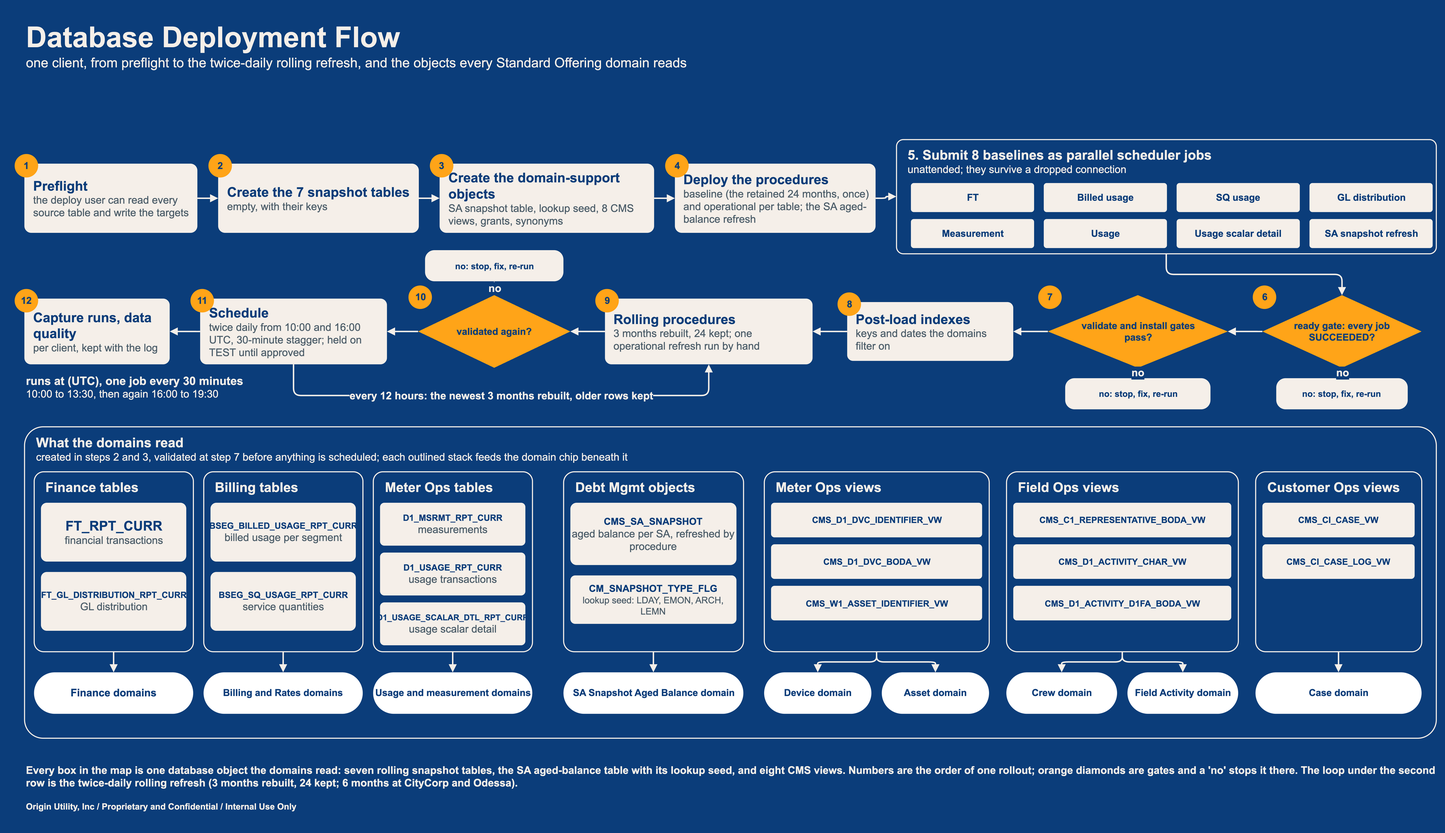
This is jaspersoft/docs/deployment_deck/visuals/database_deployment_flow.drawio.png from chasepowers59/OriginBA, a draw.io export, as it was before one commit. Source tidied: cells renumbered, new cells last; positions are measured from the earlier drawing's top-left corner, leaving out a move shared by most shapes.
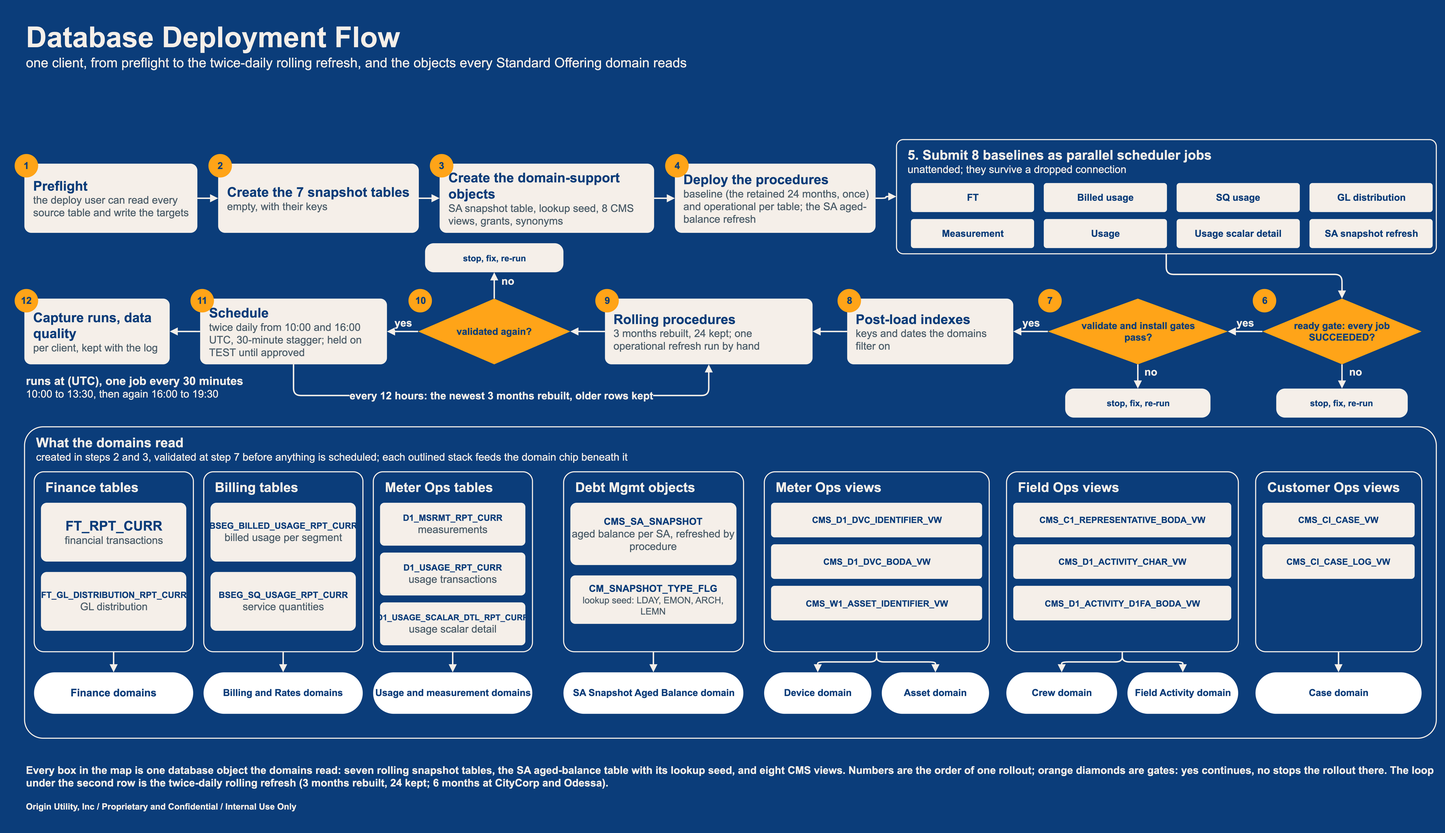
The same diagram one commit later.

What changed in the source:
```diff
@@ -78,28 +78,28 @@
       <mxGeometry x="573.1" y="110.4" width="170.9" height="40.3" as="geometry" />
     </mxCell>
     <mxCell id="27" value="ready gate: every job SUCCEEDED?" style="html=1;whiteSpace=wrap;fontFamily=Arial;rhombus;fillColor=#FFA418;strokeColor=none;fontColor=#0B3D7A;fontStyle=1;fontSize=13.3;spacingLeft=35;spacingRight=35;" parent="1" vertex="1">
-      <mxGeometry x="1731.2" y="388.4" width="220.8" height="100.8" as="geometry" />
+      <mxGeometry x="1731.2" y="393.2" width="220.8" height="91.2" as="geometry" />
     </mxCell>
     <mxCell id="28" value="6" style="html=1;whiteSpace=wrap;fontFamily=Arial;ellipse;fillColor=#FFA418;strokeColor=none;fontColor=#0B3D7A;fontStyle=1;fontSize=13.3;spacing=0;" parent="1" vertex="1">
-      <mxGeometry x="1717.8" y="375" width="32.6" height="32.6" as="geometry" />
+      <mxGeometry x="1717.8" y="379.8" width="32.6" height="32.6" as="geometry" />
     </mxCell>
-    <mxCell id="29" value="no: stop, fix, re-run" style="html=1;whiteSpace=wrap;fontFamily=Arial;rounded=1;arcSize=30;fillColor=#F5EFE9;strokeColor=none;fontColor=#0B3D7A;fontStyle=1;fontSize=12;" parent="1" vertex="1">
-      <mxGeometry x="1750.4" y="503.6" width="182.4" height="43.2" as="geometry" />
+    <mxCell id="29" value="stop, fix, re-run" style="html=1;whiteSpace=wrap;fontFamily=Arial;rounded=1;arcSize=30;fillColor=#F5EFE9;strokeColor=none;fontColor=#0B3D7A;fontStyle=1;fontSize=12;" parent="1" vertex="1">
+      <mxGeometry x="1750.4" y="518" width="182.4" height="40.3" as="geometry" />
     </mxCell>
     <mxCell id="30" value="validate and install gates pass?" style="html=1;whiteSpace=wrap;fontFamily=Arial;rhombus;fillColor=#FFA418;strokeColor=none;fontColor=#0B3D7A;fontStyle=1;fontSize=13.3;spacingLeft=39;spacingRight=39;" parent="1" vertex="1">
-      <mxGeometry x="1433.6" y="388.4" width="249.6" height="100.8" as="geometry" />
+      <mxGeometry x="1433.6" y="393.2" width="249.6" height="91.2" as="geometry" />
     </mxCell>
     <mxCell id="31" value="7" style="html=1;whiteSpace=wrap;fontFamily=Arial;ellipse;fillColor=#FFA418;strokeColor=none;fontColor=#0B3D7A;fontStyle=1;fontSize=13.3;spacing=0;" parent="1" vertex="1">
-      <mxGeometry x="1420.2" y="375" width="32.6" height="32.6" as="geometry" />
+      <mxGeometry x="1420.2" y="379.8" width="32.6" height="32.6" as="geometry" />
     </mxCell>
-    <mxCell id="32" value="no: stop, fix, re-run" style="html=1;whiteSpace=wrap;fontFamily=Arial;rounded=1;arcSize=30;fillColor=#F5EFE9;strokeColor=none;fontColor=#0B3D7A;fontStyle=1;fontSize=12;" parent="1" vertex="1">
-      <mxGeometry x="1457.6" y="503.6" width="201.6" height="43.2" as="geometry" />
+    <mxCell id="32" value="stop, fix, re-run" style="html=1;whiteSpace=wrap;fontFamily=Arial;rounded=1;arcSize=30;fillColor=#F5EFE9;strokeColor=none;fontColor=#0B3D7A;fontStyle=1;fontSize=12;" parent="1" vertex="1">
+      <mxGeometry x="1457.6" y="518" width="201.6" height="40.3" as="geometry" />
     </mxCell>
     <mxCell id="33" value="&lt;b&gt;&lt;font style=&quot;font-size:18.6px&quot; color=&quot;#0B3D7A&quot;&gt;Post-load indexes&lt;/font&gt;&lt;/b&gt;&lt;br&gt;&lt;font style=&quot;font-size:14.6px&quot; color=&quot;#4C5D69&quot;&gt;keys and dates the domains filter on&lt;/font&gt;" style="html=1;whiteSpace=wrap;fontFamily=Arial;rounded=1;arcSize=10;fillColor=#F5EFE9;strokeColor=none;align=left;verticalAlign=middle;spacingLeft=10;spacingRight=8;" parent="1" vertex="1">
-      <mxGeometry x="1155.2" y="398" width="230.4" height="81.6" as="geometry" />
+      <mxGeometry x="1155.2" y="393.2" width="230.4" height="91.2" as="geometry" />
     </mxCell>
     <mxCell id="34" value="8" style="html=1;whiteSpace=wrap;fontFamily=Arial;ellipse;fillColor=#FFA418;strokeColor=none;fontColor=#0B3D7A;fontStyle=1;fontSize=13.3;spacing=0;" parent="1" vertex="1">
-      <mxGeometry x="1141.8" y="384.6" width="32.6" height="32.6" as="geometry" />
+      <mxGeometry x="1141.8" y="379.8" width="32.6" height="32.6" as="geometry" />
     </mxCell>
     <mxCell id="35" value="&lt;b&gt;&lt;font style=&quot;font-size:18.6px&quot; color=&quot;#0B3D7A&quot;&gt;Rolling procedures&lt;/font&gt;&lt;/b&gt;&lt;br&gt;&lt;font style=&quot;font-size:14.6px&quot; color=&quot;#4C5D69&quot;&gt;3 months rebuilt, 24 kept; one operational refresh run by hand&lt;/font&gt;" style="html=1;whiteSpace=wrap;fontFamily=Arial;rounded=1;arcSize=10;fillColor=#F5EFE9;strokeColor=none;align=left;verticalAlign=middle;spacingLeft=10;spacingRight=8;" parent="1" vertex="1">
       <mxGeometry x="819.2" y="393.2" width="288" height="91.2" as="geometry" />
@@ -108,13 +108,13 @@
       <mxGeometry x="805.8" y="379.8" width="32.6" height="32.6" as="geometry" />
     </mxCell>
     <mxCell id="37" value="validated again?" style="html=1;whiteSpace=wrap;fontFamily=Arial;rhombus;fillColor=#FFA418;strokeColor=none;fontColor=#0B3D7A;fontStyle=1;fontSize=13.3;spacingLeft=33;spacingRight=33;" parent="1" vertex="1">
-      <mxGeometry x="560" y="388.4" width="211.2" height="100.8" as="geometry" />
+      <mxGeometry x="560" y="393.2" width="211.2" height="91.2" as="geometry" />
     </mxCell>
     <mxCell id="38" value="10" style="html=1;whiteSpace=wrap;fontFamily=Arial;ellipse;fillColor=#FFA418;strokeColor=none;fontColor=#0B3D7A;fontStyle=1;fontSize=13.3;spacing=0;" parent="1" vertex="1">
-      <mxGeometry x="546.6" y="375" width="32.6" height="32.6" as="geometry" />
+      <mxGeometry x="546.6" y="379.8" width="32.6" height="32.6" as="geometry" />
     </mxCell>
-    <mxCell id="39" value="no: stop, fix, re-run" style="html=1;whiteSpace=wrap;fontFamily=Arial;rounded=1;arcSize=30;fillColor=#F5EFE9;strokeColor=none;fontColor=#0B3D7A;fontStyle=1;fontSize=12;" parent="1" vertex="1">
-      <mxGeometry x="569.6" y="326" width="192" height="43.2" as="geometry" />
+    <mxCell id="39" value="stop, fix, re-run" style="html=1;whiteSpace=wrap;fontFamily=Arial;rounded=1;arcSize=30;fillColor=#F5EFE9;strokeColor=none;fontColor=#0B3D7A;fontStyle=1;fontSize=12;" parent="1" vertex="1">
+      <mxGeometry x="569.6" y="316.4" width="192" height="40.3" as="geometry" />
     </mxCell>
     <mxCell id="40" value="&lt;b&gt;&lt;font style=&quot;font-size:18.6px&quot; color=&quot;#0B3D7A&quot;&gt;Schedule&lt;/font&gt;&lt;/b&gt;&lt;br&gt;&lt;font style=&quot;font-size:14.6px&quot; color=&quot;#4C5D69&quot;&gt;twice daily from 10:00 and 16:00 UTC, 30-minute stagger; held on TEST until approved&lt;/font&gt;" style="html=1;whiteSpace=wrap;fontFamily=Arial;rounded=1;arcSize=10;fillColor=#F5EFE9;strokeColor=none;align=left;verticalAlign=middle;spacingLeft=10;spacingRight=8;" parent="1" vertex="1">
       <mxGeometry x="257.6" y="393.2" width="259.2" height="91.2" as="geometry" />
@@ -230,16 +230,24 @@
       </mxGeometry>
     </mxCell>
     <mxCell id="76" value="no" style="html=1;whiteSpace=nowrap;fontFamily=Arial;edgeStyle=orthogonalEdgeStyle;rounded=1;strokeColor=#F5EFE9;strokeWidth=2;endArrow=block;endFill=1;fontColor=#F5EFE9;fontSize=14.6;fontStyle=1;labelBackgroundColor=#0B3D7A;" parent="1" edge="1" source="27" target="29">
-      <mxGeometry relative="1" as="geometry" />
+      <mxGeometry relative="1" as="geometry">
+        <mxPoint x="18" y="-6" as="offset" />
+      </mxGeometry>
     </mxCell>
-    <mxCell id="77" style="html=1;whiteSpace=nowrap;fontFamily=Arial;edgeStyle=orthogonalEdgeStyle;rounded=1;strokeColor=#F5EFE9;strokeWidth=2;endArrow=block;endFill=1;fontColor=#F5EFE9;fontSize=14.6;fontStyle=1;labelBackgroundColor=#0B3D7A;" parent="1" edge="1" source="27" target="30">
-      <mxGeometry relative="1" as="geometry" />
+    <mxCell id="77" value="yes" style="html=1;whiteSpace=nowrap;fontFamily=Arial;edgeStyle=orthogonalEdgeStyle;rounded=1;strokeColor=#F5EFE9;strokeWidth=2;endArrow=block;endFill=1;fontColor=#F5EFE9;fontSize=14.6;fontStyle=1;labelBackgroundColor=#0B3D7A;" parent="1" edge="1" source="27" target="30">
+      <mxGeometry relative="1" as="geometry">
+        <mxPoint y="-12" as="offset" />
+      </mxGeometry>
     </mxCell>
     <mxCell id="78" value="no" style="html=1;whiteSpace=nowrap;fontFamily=Arial;edgeStyle=orthogonalEdgeStyle;rounded=1;strokeColor=#F5EFE9;strokeWidth=2;endArrow=block;endFill=1;fontColor=#F5EFE9;fontSize=14.6;fontStyle=1;labelBackgroundColor=#0B3D7A;" parent="1" edge="1" source="30" target="32">
-      <mxGeometry relative="1" as="geometry" />
+      <mxGeometry relative="1" as="geometry">
+        <mxPoint x="18" y="-6" as="offset" />
+      </mxGeometry>
     </mxCell>
-    <mxCell id="79" style="html=1;whiteSpace=nowrap;fontFamily=Arial;edgeStyle=orthogonalEdgeStyle;rounded=1;strokeColor=#F5EFE9;strokeWidth=2;endArrow=block;endFill=1;fontColor=#F5EFE9;fontSize=14.6;fontStyle=1;labelBackgroundColor=#0B3D7A;" parent="1" edge="1" source="30" target="33">
-      <mxGeometry relative="1" as="geometry" />
+    <mxCell id="79" value="yes" style="html=1;whiteSpace=nowrap;fontFamily=Arial;edgeStyle=orthogonalEdgeStyle;rounded=1;strokeColor=#F5EFE9;strokeWidth=2;endArrow=block;endFill=1;fontColor=#F5EFE9;fontSize=14.6;fontStyle=1;labelBackgroundColor=#0B3D7A;" parent="1" edge="1" source="30" target="33">
+      <mxGeometry relative="1" as="geometry">
+        <mxPoint y="-12" as="offset" />
+      </mxGeometry>
     </mxCell>
     <mxCell id="80" style="html=1;whiteSpace=nowrap;fontFamily=Arial;edgeStyle=orthogonalEdgeStyle;rounded=1;strokeColor=#F5EFE9;strokeWidth=2;endArrow=block;endFill=1;fontColor=#F5EFE9;fontSize=14.6;fontStyle=1;labelBackgroundColor=#0B3D7A;" parent="1" edge="1" source="33" target="35">
       <mxGeometry relative="1" as="geometry" />
@@ -248,10 +256,14 @@
       <mxGeometry relative="1" as="geometry" />
     </mxCell>
     <mxCell id="82" value="no" style="html=1;whiteSpace=nowrap;fontFamily=Arial;edgeStyle=orthogonalEdgeStyle;rounded=1;strokeColor=#F5EFE9;strokeWidth=2;endArrow=block;endFill=1;fontColor=#F5EFE9;fontSize=14.6;fontStyle=1;labelBackgroundColor=#0B3D7A;" parent="1" edge="1" source="37" target="39">
-      <mxGeometry relative="1" as="geometry" />
+      <mxGeometry relative="1" as="geometry">
+        <mxPoint x="18" y="-6" as="offset" />
+      </mxGeometry>
     </mxCell>
-    <mxCell id="83" style="html=1;whiteSpace=nowrap;fontFamily=Arial;edgeStyle=orthogonalEdgeStyle;rounded=1;strokeColor=#F5EFE9;strokeWidth=2;endArrow=block;endFill=1;fontColor=#F5EFE9;fontSize=14.6;fontStyle=1;labelBackgroundColor=#0B3D7A;" parent="1" edge="1" source="37" target="40">
-      <mxGeometry relative="1" as="geometry" />
+    <mxCell id="83" value="yes" style="html=1;whiteSpace=nowrap;fontFamily=Arial;edgeStyle=orthogonalEdgeStyle;rounded=1;strokeColor=#F5EFE9;strokeWidth=2;endArrow=block;endFill=1;fontColor=#F5EFE9;fontSize=14.6;fontStyle=1;labelBackgroundColor=#0B3D7A;" parent="1" edge="1" source="37" target="40">
+      <mxGeometry relative="1" as="geometry">
+        <mxPoint y="-12" as="offset" />
+      </mxGeometry>
     </mxCell>
     <mxCell id="84" style="html=1;whiteSpace=nowrap;fontFamily=Arial;edgeStyle=orthogonalEdgeStyle;rounded=1;strokeColor=#F5EFE9;strokeWidth=2;endArrow=block;endFill=1;fontColor=#F5EFE9;fontSize=14.6;fontStyle=1;labelBackgroundColor=#0B3D7A;" parent="1" edge="1" source="40" target="42">
       <mxGeometry relative="1" as="geometry" />
@@ -314,7 +326,7 @@
     <mxCell id="95" value="&lt;b&gt;&lt;font style=&quot;font-size:39.9px&quot;&gt;Database Deployment Flow&lt;/font&gt;&lt;/b&gt;&lt;br&gt;&lt;font style=&quot;font-size:18.6px&quot;&gt;one client, from preflight to the twice-daily rolling refresh, and the objects every Standard Offering domain reads&lt;/font&gt;" style="html=1;whiteSpace=wrap;fontFamily=Arial;text;fillColor=none;strokeColor=none;align=left;verticalAlign=top;fontColor=#F5EFE9;" parent="1" vertex="1">
       <mxGeometry x="13.8" y="-0.4" width="1958.4" height="124.8" as="geometry" />
     </mxCell>
-    <mxCell id="96" value="&lt;b&gt;&lt;font style=&quot;font-size:14.6px&quot; color=&quot;#F5EFE9&quot;&gt;Every box in the map is one database object the domains read: seven rolling snapshot tables, the SA aged-balance table with its lookup seed, and eight CMS views. Numbers are the order of one rollout; orange diamonds are gates and a 'no' stops it there. The loop under the second row is the twice-daily rolling refresh (3 months rebuilt, 24 kept; 6 months at CityCorp and Odessa).&lt;/font&gt;&lt;/b&gt;" style="html=1;whiteSpace=wrap;fontFamily=Arial;text;fillColor=none;strokeColor=none;align=left;verticalAlign=top;fontColor=#F5EFE9;" parent="1" vertex="1">
+    <mxCell id="96" value="&lt;b&gt;&lt;font style=&quot;font-size:14.6px&quot; color=&quot;#F5EFE9&quot;&gt;Every box in the map is one database object the domains read: seven rolling snapshot tables, the SA aged-balance table with its lookup seed, and eight CMS views. Numbers are the order of one rollout; orange diamonds are gates: yes continues, no stops the rollout there. The loop under the second row is the twice-daily rolling refresh (3 months rebuilt, 24 kept; 6 months at CityCorp and Odessa).&lt;/font&gt;&lt;/b&gt;" style="html=1;whiteSpace=wrap;fontFamily=Arial;text;fillColor=none;strokeColor=none;align=left;verticalAlign=top;fontColor=#F5EFE9;" parent="1" vertex="1">
       <mxGeometry x="13.8" y="1031.6" width="1958.4" height="57.6" as="geometry" />
     </mxCell>
     <mxCell id="97" value="&lt;b&gt;&lt;font style=&quot;font-size:12px&quot; color=&quot;#F5EFE9&quot;&gt;Origin Utility, Inc  /  Proprietary and Confidential  /  Internal Use Only&lt;/font&gt;&lt;/b&gt;" style="html=1;whiteSpace=wrap;fontFamily=Arial;text;fillColor=none;strokeColor=none;align=left;verticalAlign=top;fontColor=#F5EFE9;" parent="1" vertex="1">
```
